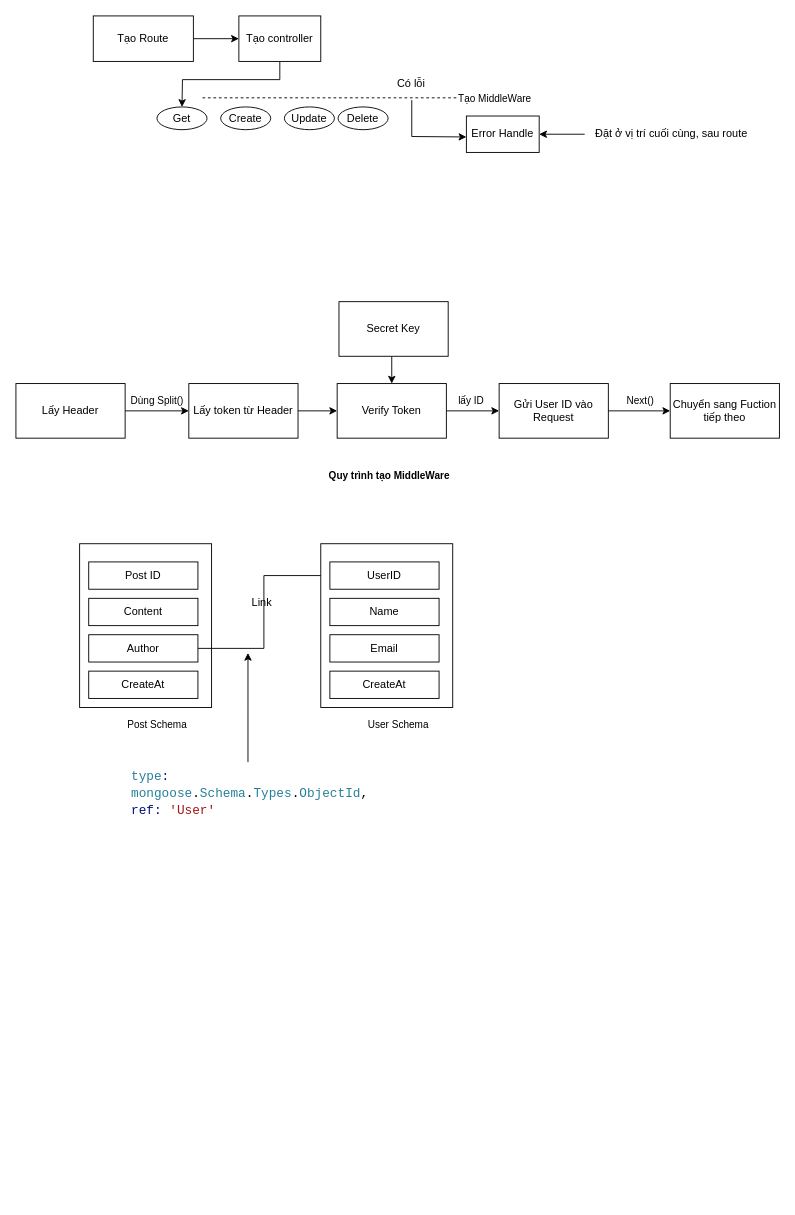
Before: Untitled Diagram.drawio in sqhqk58/IELTS, a draw.io diagram. Source tidied: cells renumbered, new cells numbered last; positions are measured from the earlier drawing's top-left corner, leaving out a move shared by most shapes. Both pictures are drawn from the tidied source at 91%, with x=0, y=0 at pixel (15, 15).
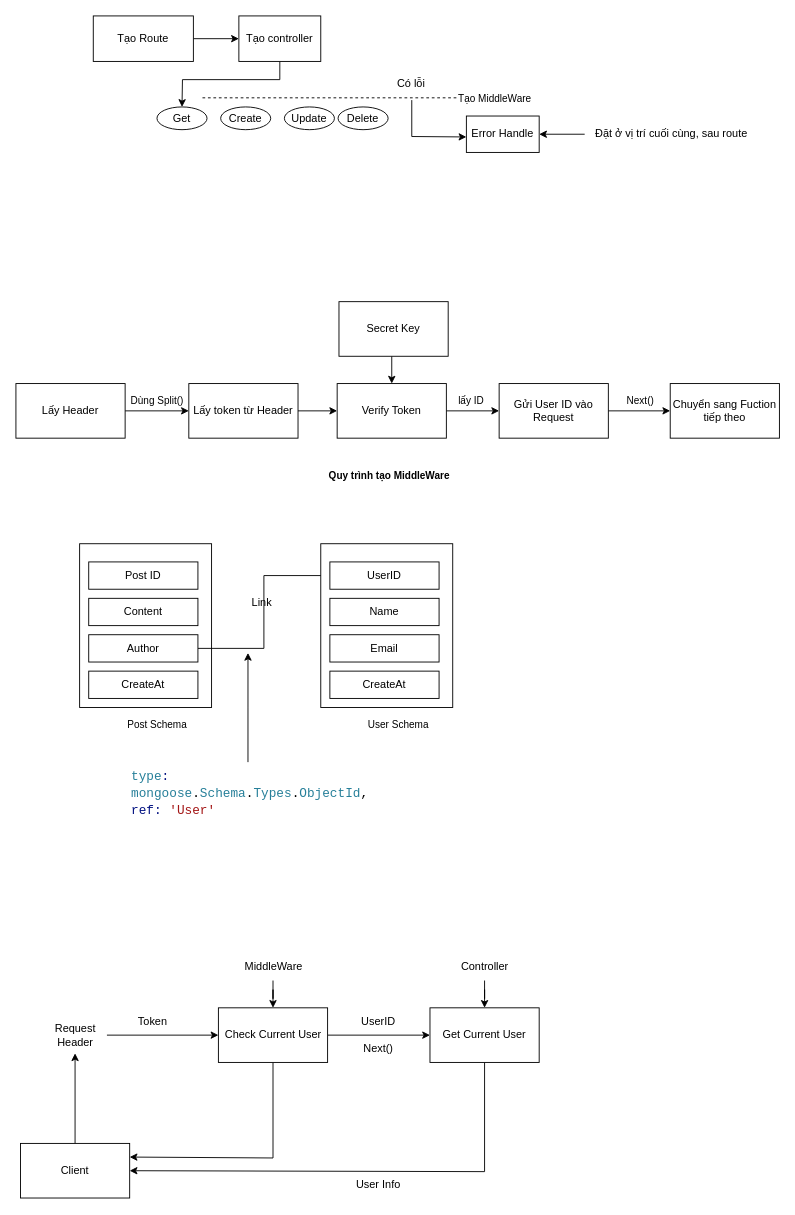
After the change.

The edit, as a diff of the source:
```diff
@@
+    <mxCell id="48" style="edgeStyle=orthogonalEdgeStyle;rounded=0;jettySize=auto;html=1;entryX=0;entryY=0.5;entryDx=0;entryDy=0;" parent="1" edge="1" source="50" target="54">
+      <mxGeometry relative="1" as="geometry" />
+    </mxCell>
+    <mxCell id="49" style="edgeStyle=orthogonalEdgeStyle;rounded=0;jettySize=auto;html=1;entryX=1;entryY=0.25;entryDx=0;entryDy=0;" parent="1" edge="1" source="50" target="62">
+      <mxGeometry relative="1" as="geometry">
+        <Array as="points">
+          <mxPoint x="283" y="1255" />
+        </Array>
+      </mxGeometry>
+    </mxCell>
+    <mxCell id="50" value="Check Current User" style="whiteSpace=wrap;html=1;" parent="1" vertex="1">
+      <mxGeometry x="222.5" y="1090" width="120" height="60" as="geometry" />
+    </mxCell>
+    <mxCell id="51" style="edgeStyle=orthogonalEdgeStyle;rounded=0;jettySize=auto;html=1;entryX=0;entryY=0.5;entryDx=0;entryDy=0;" parent="1" edge="1" source="52" target="50">
+      <mxGeometry relative="1" as="geometry" />
+    </mxCell>
+    <mxCell id="52" value="Request &lt;br&gt;Header" style="text;html=1;align=center;verticalAlign=middle;points=[];strokeColor=none;fillColor=none;" parent="1" vertex="1">
+      <mxGeometry x="30" y="1100" width="70" height="40" as="geometry" />
+    </mxCell>
+    <mxCell id="53" style="edgeStyle=orthogonalEdgeStyle;rounded=0;jettySize=auto;html=1;entryX=1;entryY=0.5;entryDx=0;entryDy=0;" parent="1" edge="1" source="54" target="62">
+      <mxGeometry relative="1" as="geometry">
+        <Array as="points">
+          <mxPoint x="515" y="1270" />
+        </Array>
+      </mxGeometry>
+    </mxCell>
+    <mxCell id="54" value="Get Current User" style="whiteSpace=wrap;html=1;" parent="1" vertex="1">
+      <mxGeometry x="455" y="1090" width="120" height="60" as="geometry" />
+    </mxCell>
+    <mxCell id="55" value="Next()" style="text;html=1;align=center;verticalAlign=middle;strokeColor=none;fillColor=none;" parent="1" vertex="1">
+      <mxGeometry x="367.5" y="1120" width="60" height="30" as="geometry" />
+    </mxCell>
+    <mxCell id="56" value="UserID" style="text;html=1;align=center;verticalAlign=middle;strokeColor=none;fillColor=none;" parent="1" vertex="1">
+      <mxGeometry x="367.5" y="1090" width="60" height="30" as="geometry" />
+    </mxCell>
+    <mxCell id="57" style="edgeStyle=orthogonalEdgeStyle;rounded=0;jettySize=auto;html=1;entryX=0.5;entryY=0;entryDx=0;entryDy=0;" parent="1" edge="1" source="58" target="50">
+      <mxGeometry relative="1" as="geometry" />
+    </mxCell>
+    <mxCell id="58" value="MiddleWare" style="text;html=1;align=center;verticalAlign=middle;points=[];strokeColor=none;fillColor=none;" parent="1" vertex="1">
+      <mxGeometry x="237.5" y="1030" width="90" height="30" as="geometry" />
+    </mxCell>
+    <mxCell id="59" style="edgeStyle=orthogonalEdgeStyle;rounded=0;jettySize=auto;html=1;" parent="1" edge="1" source="60" target="54">
+      <mxGeometry relative="1" as="geometry" />
+    </mxCell>
+    <mxCell id="60" value="Controller" style="text;html=1;align=center;verticalAlign=middle;points=[];strokeColor=none;fillColor=none;" parent="1" vertex="1">
+      <mxGeometry x="475" y="1030" width="80" height="30" as="geometry" />
+    </mxCell>
+    <mxCell id="61" style="edgeStyle=orthogonalEdgeStyle;rounded=0;jettySize=auto;html=1;" parent="1" edge="1" source="62" target="52">
+      <mxGeometry relative="1" as="geometry" />
+    </mxCell>
+    <mxCell id="62" value="Client" style="whiteSpace=wrap;html=1;" parent="1" vertex="1">
+      <mxGeometry x="5" y="1239" width="120" height="60" as="geometry" />
+    </mxCell>
+    <mxCell id="63" value="Token" style="text;html=1;align=center;verticalAlign=middle;strokeColor=none;fillColor=none;" parent="1" vertex="1">
+      <mxGeometry x="120" y="1090" width="60" height="30" as="geometry" />
+    </mxCell>
+    <mxCell id="64" value="User Info" style="text;html=1;align=center;verticalAlign=middle;strokeColor=none;fillColor=none;" parent="1" vertex="1">
+      <mxGeometry x="362.5" y="1270" width="70" height="30" as="geometry" />
+    </mxCell>
```
